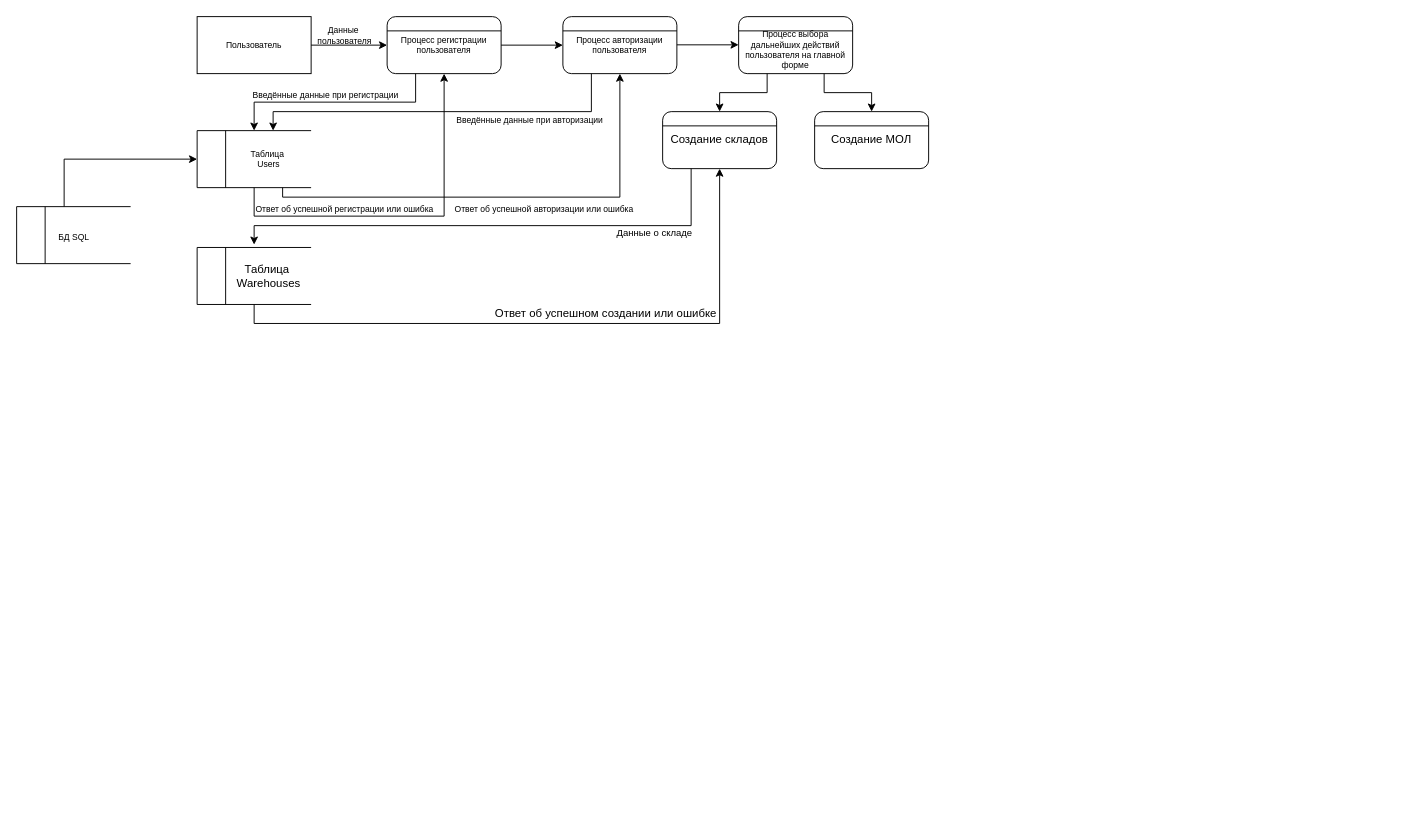
dallas-ak/MiSPIS keeps this draw.io diagram as DFD.drawio. Above is the earlier version. Source tidied: cells renumbered, new cells numbered last; positions are measured from the earlier drawing's top-left corner, leaving out a move shared by most shapes. Both pictures are drawn from the tidied source at 95%, with x=0, y=0 at pixel (16, 16).
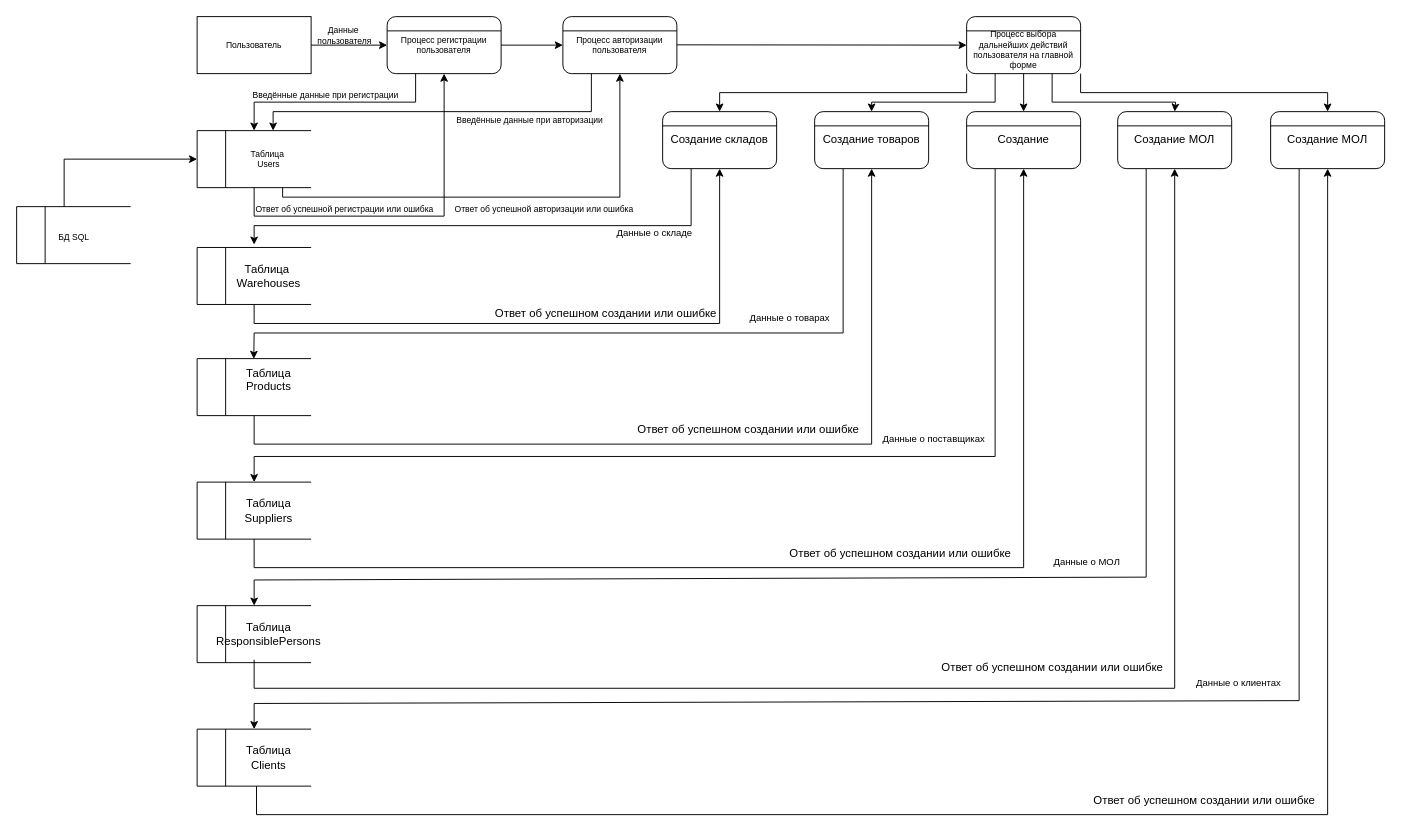
Above is the later version.

Unchanged cells that the change refers to:
```xml
<mxCell id="36" value="Создание складов" style="rounded=1;whiteSpace=wrap;html=1;" parent="1" vertex="1">
  <mxGeometry x="680" y="100" width="120" height="60" as="geometry" />
</mxCell>
```

The edit, as a diff of the source:
```diff
@@
     <mxCell id="7" value="&lt;div&gt;&lt;br&gt;&lt;/div&gt;&lt;div&gt;&lt;span style=&quot;background-color: initial;&quot;&gt;Процесс выбора дальнейших действий пользователя на главной форме&lt;/span&gt;&lt;br&gt;&lt;/div&gt;" style="rounded=1;whiteSpace=wrap;html=1;fontSize=9;" parent="1" vertex="1">
-      <mxGeometry x="760" width="120" height="60" as="geometry" />
+      <mxGeometry x="1000" width="120" height="60" as="geometry" />
     </mxCell>
@@
-    <mxCell id="35" style="endArrow=classic;html=1;rounded=0;exitX=1;exitY=0.5;exitDx=0;exitDy=0;entryX=0;entryY=0.5;entryDx=0;entryDy=0;fontSize=9;" parent="1" edge="1">
+    <mxCell id="35" style="endArrow=classic;html=1;rounded=0;exitX=1;exitY=0.5;exitDx=0;exitDy=0;entryX=0;entryY=0.5;entryDx=0;entryDy=0;fontSize=9;" parent="1" edge="1" target="7">
       <mxGeometry relative="1" as="geometry">
         <mxPoint x="695" y="29.7" as="sourcePoint" />
-        <mxPoint x="760" y="29.7" as="targetPoint" />
       </mxGeometry>
     </mxCell>
@@
-    <mxCell id="38" value="Создание МОЛ" style="rounded=1;whiteSpace=wrap;html=1;" parent="1" vertex="1">
+    <mxCell id="38" value="Создание товаров" style="rounded=1;whiteSpace=wrap;html=1;" parent="1" vertex="1">
       <mxGeometry x="840" y="100" width="120" height="60" as="geometry" />
     </mxCell>
@@
-    <mxCell id="40" style="endArrow=classic;html=1;rounded=0;exitX=0.25;exitY=1;exitDx=0;exitDy=0;entryX=0.5;entryY=0;entryDx=0;entryDy=0;" parent="1" edge="1" source="7" target="36">
-      <mxGeometry relative="1" as="geometry">
-        <Array as="points">
-          <mxPoint x="790" y="80" />
-          <mxPoint x="740" y="80" />
-        </Array>
-      </mxGeometry>
-    </mxCell>
-    <mxCell id="41" style="endArrow=classic;html=1;rounded=0;entryX=0.5;entryY=0;entryDx=0;entryDy=0;exitX=0.75;exitY=1;exitDx=0;exitDy=0;" parent="1" edge="1" source="7" target="38">
-      <mxGeometry relative="1" as="geometry">
-        <Array as="points">
-          <mxPoint x="850" y="80" />
-          <mxPoint x="900" y="80" />
-        </Array>
-      </mxGeometry>
-    </mxCell>
@@
+    <mxCell id="53" style="group;" parent="1" vertex="1">
+      <mxGeometry x="190" y="360" width="165" height="60" as="geometry" />
+    </mxCell>
+    <mxCell id="54" style="group;flipV=0;flipH=1;" parent="53" vertex="1">
+      <mxGeometry width="165" height="60" as="geometry" />
+    </mxCell>
+    <mxCell id="55" style="endArrow=none;html=1;rounded=0;" parent="54" edge="1">
+      <mxGeometry relative="1" as="geometry">
+        <mxPoint x="120" as="sourcePoint" />
+        <mxPoint as="targetPoint" />
+      </mxGeometry>
+    </mxCell>
+    <mxCell id="56" style="endArrow=none;html=1;rounded=0;" parent="54" edge="1">
+      <mxGeometry relative="1" as="geometry">
+        <mxPoint y="60" as="sourcePoint" />
+        <mxPoint as="targetPoint" />
+      </mxGeometry>
+    </mxCell>
+    <mxCell id="57" style="endArrow=none;html=1;rounded=0;" parent="54" edge="1">
+      <mxGeometry relative="1" as="geometry">
+        <mxPoint x="120" y="60" as="sourcePoint" />
+        <mxPoint y="60" as="targetPoint" />
+      </mxGeometry>
+    </mxCell>
+    <mxCell id="58" value="Таблица&lt;div&gt;Products&lt;/div&gt;&lt;div&gt;&lt;div&gt;&lt;br&gt;&lt;/div&gt;&lt;/div&gt;" style="text;html=1;align=center;verticalAlign=middle;points=[];strokeColor=none;fillColor=none;" parent="54" vertex="1">
+      <mxGeometry x="40" width="70" height="60" as="geometry" />
+    </mxCell>
+    <mxCell id="59" style="endArrow=none;html=1;rounded=0;" parent="53" edge="1">
+      <mxGeometry relative="1" as="geometry">
+        <mxPoint x="30" y="60" as="sourcePoint" />
+        <mxPoint x="30" as="targetPoint" />
+      </mxGeometry>
+    </mxCell>
+    <mxCell id="60" style="endArrow=classic;html=1;rounded=0;exitX=0.25;exitY=1;exitDx=0;exitDy=0;entryX=0.281;entryY=0.005;entryDx=0;entryDy=0;entryPerimeter=0;" parent="1" edge="1" source="38" target="58">
+      <mxGeometry relative="1" as="geometry">
+        <Array as="points">
+          <mxPoint x="870" y="333" />
+          <mxPoint x="250" y="333" />
+        </Array>
+      </mxGeometry>
+    </mxCell>
+    <mxCell id="61" style="endArrow=classic;html=1;rounded=0;entryX=0.5;entryY=1;entryDx=0;entryDy=0;" parent="1" edge="1" target="38">
+      <mxGeometry relative="1" as="geometry">
+        <mxPoint x="250" y="420" as="sourcePoint" />
+        <Array as="points">
+          <mxPoint x="250" y="450" />
+          <mxPoint x="900" y="450" />
+        </Array>
+      </mxGeometry>
+    </mxCell>
+    <mxCell id="62" value="&lt;div style=&quot;text-align: center;&quot;&gt;&lt;span style=&quot;background-color: initial; text-wrap: nowrap;&quot;&gt;&lt;font size=&quot;1&quot;&gt;Данные о товарах&lt;/font&gt;&lt;/span&gt;&lt;/div&gt;" style="text;whiteSpace=wrap;html=1;" parent="1" vertex="1">
+      <mxGeometry x="770" y="303" width="80" height="20" as="geometry" />
+    </mxCell>
+    <mxCell id="63" value="Ответ об успешном создании или ошибке" style="text;html=1;align=center;verticalAlign=middle;strokeColor=none;fillColor=none;" parent="1" vertex="1">
+      <mxGeometry x="640" y="420" width="260" height="30" as="geometry" />
+    </mxCell>
+    <mxCell id="64" value="Создание" style="rounded=1;whiteSpace=wrap;html=1;" parent="1" vertex="1">
+      <mxGeometry x="1000" y="100" width="120" height="60" as="geometry" />
+    </mxCell>
+    <mxCell id="65" style="endArrow=none;html=1;rounded=0;exitX=0;exitY=0.25;exitDx=0;exitDy=0;entryX=1;entryY=0.25;entryDx=0;entryDy=0;" parent="1" edge="1" source="64" target="64">
+      <mxGeometry relative="1" as="geometry" />
+    </mxCell>
+    <mxCell id="66" value="Создание МОЛ" style="rounded=1;whiteSpace=wrap;html=1;" parent="1" vertex="1">
+      <mxGeometry x="1159" y="100" width="120" height="60" as="geometry" />
+    </mxCell>
+    <mxCell id="67" style="endArrow=none;html=1;rounded=0;exitX=0;exitY=0.25;exitDx=0;exitDy=0;entryX=1;entryY=0.25;entryDx=0;entryDy=0;" parent="1" edge="1" source="66" target="66">
+      <mxGeometry relative="1" as="geometry" />
+    </mxCell>
+    <mxCell id="68" value="Создание МОЛ" style="rounded=1;whiteSpace=wrap;html=1;" parent="1" vertex="1">
+      <mxGeometry x="1320" y="100" width="120" height="60" as="geometry" />
+    </mxCell>
+    <mxCell id="69" style="endArrow=none;html=1;rounded=0;exitX=0;exitY=0.25;exitDx=0;exitDy=0;entryX=1;entryY=0.25;entryDx=0;entryDy=0;" parent="1" edge="1" source="68" target="68">
+      <mxGeometry relative="1" as="geometry" />
+    </mxCell>
+    <mxCell id="40" style="endArrow=classic;html=1;rounded=0;entryX=0.5;entryY=0;entryDx=0;entryDy=0;exitX=0;exitY=1;exitDx=0;exitDy=0;" parent="1" edge="1" source="7" target="36">
+      <mxGeometry relative="1" as="geometry">
+        <Array as="points">
+          <mxPoint x="1000" y="80" />
+          <mxPoint x="740" y="80" />
+        </Array>
+      </mxGeometry>
+    </mxCell>
+    <mxCell id="41" style="endArrow=classic;html=1;rounded=0;entryX=0.5;entryY=0;entryDx=0;entryDy=0;exitX=0.25;exitY=1;exitDx=0;exitDy=0;" parent="1" edge="1" source="7" target="38">
+      <mxGeometry relative="1" as="geometry">
+        <Array as="points">
+          <mxPoint x="1030" y="90" />
+          <mxPoint x="900" y="90" />
+        </Array>
+      </mxGeometry>
+    </mxCell>
+    <mxCell id="70" style="endArrow=classic;html=1;rounded=0;exitX=0.5;exitY=1;exitDx=0;exitDy=0;entryX=0.5;entryY=0;entryDx=0;entryDy=0;" parent="1" edge="1" source="7" target="64">
+      <mxGeometry relative="1" as="geometry" />
+    </mxCell>
+    <mxCell id="71" style="endArrow=classic;html=1;rounded=0;entryX=0.5;entryY=0;entryDx=0;entryDy=0;exitX=0.75;exitY=1;exitDx=0;exitDy=0;" parent="1" edge="1" source="7" target="66">
+      <mxGeometry relative="1" as="geometry">
+        <Array as="points">
+          <mxPoint x="1090" y="90" />
+          <mxPoint x="1220" y="90" />
+        </Array>
+      </mxGeometry>
+    </mxCell>
+    <mxCell id="72" style="endArrow=classic;html=1;rounded=0;entryX=0.5;entryY=0;entryDx=0;entryDy=0;exitX=1;exitY=1;exitDx=0;exitDy=0;" parent="1" edge="1" source="7" target="68">
+      <mxGeometry relative="1" as="geometry">
+        <Array as="points">
+          <mxPoint x="1120" y="80" />
+          <mxPoint x="1380" y="80" />
+        </Array>
+      </mxGeometry>
+    </mxCell>
+    <mxCell id="73" style="group;" parent="1" vertex="1">
+      <mxGeometry x="190" y="490" width="165" height="60" as="geometry" />
+    </mxCell>
+    <mxCell id="74" style="group;flipV=0;flipH=1;" parent="73" vertex="1">
+      <mxGeometry width="165" height="60" as="geometry" />
+    </mxCell>
+    <mxCell id="75" style="endArrow=none;html=1;rounded=0;" parent="74" edge="1">
+      <mxGeometry relative="1" as="geometry">
+        <mxPoint x="120" as="sourcePoint" />
+        <mxPoint as="targetPoint" />
+      </mxGeometry>
+    </mxCell>
+    <mxCell id="76" style="endArrow=none;html=1;rounded=0;" parent="74" edge="1">
+      <mxGeometry relative="1" as="geometry">
+        <mxPoint y="60" as="sourcePoint" />
+        <mxPoint as="targetPoint" />
+      </mxGeometry>
+    </mxCell>
+    <mxCell id="77" style="endArrow=none;html=1;rounded=0;" parent="74" edge="1">
+      <mxGeometry relative="1" as="geometry">
+        <mxPoint x="120" y="60" as="sourcePoint" />
+        <mxPoint y="60" as="targetPoint" />
+      </mxGeometry>
+    </mxCell>
+    <mxCell id="78" value="Таблица&lt;div&gt;&lt;span style=&quot;background-color: initial;&quot;&gt;Suppliers&lt;/span&gt;&lt;/div&gt;" style="text;html=1;align=center;verticalAlign=middle;strokeColor=none;fillColor=none;" parent="74" vertex="1">
+      <mxGeometry x="40" y="10" width="70" height="40" as="geometry" />
+    </mxCell>
+    <mxCell id="79" style="endArrow=none;html=1;rounded=0;" parent="73" edge="1">
+      <mxGeometry relative="1" as="geometry">
+        <mxPoint x="30" y="60" as="sourcePoint" />
+        <mxPoint x="30" as="targetPoint" />
+      </mxGeometry>
+    </mxCell>
+    <mxCell id="80" style="endArrow=classic;html=1;rounded=0;entryX=0.5;entryY=1;entryDx=0;entryDy=0;" parent="1" edge="1" target="64">
+      <mxGeometry relative="1" as="geometry">
+        <mxPoint x="250" y="550" as="sourcePoint" />
+        <Array as="points">
+          <mxPoint x="250" y="580" />
+          <mxPoint x="1060" y="580" />
+        </Array>
+      </mxGeometry>
+    </mxCell>
+    <mxCell id="81" style="group;" parent="1" vertex="1">
+      <mxGeometry x="190" y="620" width="165" height="60" as="geometry" />
+    </mxCell>
+    <mxCell id="82" style="group;flipV=0;flipH=1;" parent="81" vertex="1">
+      <mxGeometry width="165" height="60" as="geometry" />
+    </mxCell>
+    <mxCell id="83" style="endArrow=none;html=1;rounded=0;" parent="82" edge="1">
+      <mxGeometry relative="1" as="geometry">
+        <mxPoint x="120" as="sourcePoint" />
+        <mxPoint as="targetPoint" />
+      </mxGeometry>
+    </mxCell>
+    <mxCell id="84" style="endArrow=none;html=1;rounded=0;" parent="82" edge="1">
+      <mxGeometry relative="1" as="geometry">
+        <mxPoint y="60" as="sourcePoint" />
+        <mxPoint as="targetPoint" />
+      </mxGeometry>
+    </mxCell>
+    <mxCell id="85" style="endArrow=none;html=1;rounded=0;" parent="82" edge="1">
+      <mxGeometry relative="1" as="geometry">
+        <mxPoint x="120" y="60" as="sourcePoint" />
+        <mxPoint y="60" as="targetPoint" />
+      </mxGeometry>
+    </mxCell>
+    <mxCell id="86" value="Таблица&lt;div&gt;&lt;span style=&quot;background-color: initial;&quot;&gt;ResponsiblePersons&lt;/span&gt;&lt;/div&gt;" style="text;html=1;align=center;verticalAlign=middle;strokeColor=none;fillColor=none;" parent="82" vertex="1">
+      <mxGeometry x="10" y="10" width="130" height="40" as="geometry" />
+    </mxCell>
+    <mxCell id="87" style="endArrow=none;html=1;rounded=0;" parent="81" edge="1">
+      <mxGeometry relative="1" as="geometry">
+        <mxPoint x="30" y="60" as="sourcePoint" />
+        <mxPoint x="30" as="targetPoint" />
+      </mxGeometry>
+    </mxCell>
+    <mxCell id="88" style="endArrow=classic;html=1;rounded=0;exitX=0.25;exitY=1;exitDx=0;exitDy=0;entryX=0.281;entryY=0.005;entryDx=0;entryDy=0;entryPerimeter=0;" parent="1" edge="1" source="64">
+      <mxGeometry relative="1" as="geometry">
+        <mxPoint x="250" y="490" as="targetPoint" />
+        <Array as="points">
+          <mxPoint x="1030" y="463" />
+          <mxPoint x="250" y="463" />
+        </Array>
+      </mxGeometry>
+    </mxCell>
+    <mxCell id="89" style="endArrow=classic;html=1;rounded=0;exitX=0.25;exitY=1;exitDx=0;exitDy=0;entryX=0.281;entryY=0.005;entryDx=0;entryDy=0;entryPerimeter=0;" parent="1" edge="1" source="66">
+      <mxGeometry relative="1" as="geometry">
+        <mxPoint x="250" y="620" as="targetPoint" />
+        <Array as="points">
+          <mxPoint x="1189" y="590" />
+          <mxPoint x="250" y="593" />
+        </Array>
+      </mxGeometry>
+    </mxCell>
+    <mxCell id="90" style="endArrow=classic;html=1;rounded=0;entryX=0.5;entryY=1;entryDx=0;entryDy=0;" parent="1" edge="1" target="66">
+      <mxGeometry relative="1" as="geometry">
+        <mxPoint x="250" y="677" as="sourcePoint" />
+        <Array as="points">
+          <mxPoint x="250" y="707" />
+          <mxPoint x="1219" y="707" />
+        </Array>
+      </mxGeometry>
+    </mxCell>
+    <mxCell id="91" style="endArrow=classic;html=1;rounded=0;exitX=0.25;exitY=1;exitDx=0;exitDy=0;entryX=0.281;entryY=0.005;entryDx=0;entryDy=0;entryPerimeter=0;" parent="1" edge="1" source="68">
+      <mxGeometry relative="1" as="geometry">
+        <mxPoint x="250" y="750" as="targetPoint" />
+        <Array as="points">
+          <mxPoint x="1350" y="720" />
+          <mxPoint x="250" y="723" />
+        </Array>
+      </mxGeometry>
+    </mxCell>
+    <mxCell id="92" style="group;" parent="1" vertex="1">
+      <mxGeometry x="190" y="750" width="165" height="60" as="geometry" />
+    </mxCell>
+    <mxCell id="93" style="group;flipV=0;flipH=1;" parent="92" vertex="1">
+      <mxGeometry width="165" height="60" as="geometry" />
+    </mxCell>
+    <mxCell id="94" style="endArrow=none;html=1;rounded=0;" parent="93" edge="1">
+      <mxGeometry relative="1" as="geometry">
+        <mxPoint x="120" as="sourcePoint" />
+        <mxPoint as="targetPoint" />
+      </mxGeometry>
+    </mxCell>
+    <mxCell id="95" style="endArrow=none;html=1;rounded=0;" parent="93" edge="1">
+      <mxGeometry relative="1" as="geometry">
+        <mxPoint y="60" as="sourcePoint" />
+        <mxPoint as="targetPoint" />
+      </mxGeometry>
+    </mxCell>
+    <mxCell id="96" style="endArrow=none;html=1;rounded=0;" parent="93" edge="1">
+      <mxGeometry relative="1" as="geometry">
+        <mxPoint x="120" y="60" as="sourcePoint" />
+        <mxPoint y="60" as="targetPoint" />
+      </mxGeometry>
+    </mxCell>
+    <mxCell id="97" value="Таблица&lt;div&gt;C&lt;span style=&quot;background-color: initial;&quot;&gt;lients&lt;/span&gt;&lt;/div&gt;" style="text;html=1;align=center;verticalAlign=middle;strokeColor=none;fillColor=none;" parent="93" vertex="1">
+      <mxGeometry x="40" y="10" width="70" height="40" as="geometry" />
+    </mxCell>
+    <mxCell id="98" style="endArrow=none;html=1;rounded=0;" parent="92" edge="1">
+      <mxGeometry relative="1" as="geometry">
+        <mxPoint x="30" y="60" as="sourcePoint" />
+        <mxPoint x="30" as="targetPoint" />
+      </mxGeometry>
+    </mxCell>
+    <mxCell id="99" style="endArrow=classic;html=1;rounded=0;entryX=0.5;entryY=1;entryDx=0;entryDy=0;" parent="1" edge="1" target="68">
+      <mxGeometry relative="1" as="geometry">
+        <mxPoint x="252.5" y="810" as="sourcePoint" />
+        <Array as="points">
+          <mxPoint x="252.5" y="840" />
+          <mxPoint x="1380" y="840" />
+        </Array>
+      </mxGeometry>
+    </mxCell>
+    <mxCell id="100" value="Ответ об успешном создании или ошибке" style="text;html=1;align=center;verticalAlign=middle;strokeColor=none;fillColor=none;" parent="1" vertex="1">
+      <mxGeometry x="800" y="550" width="260" height="30" as="geometry" />
+    </mxCell>
+    <mxCell id="101" value="Ответ об успешном создании или ошибке" style="text;html=1;align=center;verticalAlign=middle;strokeColor=none;fillColor=none;" parent="1" vertex="1">
+      <mxGeometry x="960" y="670" width="260" height="30" as="geometry" />
+    </mxCell>
+    <mxCell id="102" value="Ответ об успешном создании или ошибке" style="text;html=1;align=center;verticalAlign=middle;strokeColor=none;fillColor=none;" parent="1" vertex="1">
+      <mxGeometry x="1120" y="810" width="260" height="30" as="geometry" />
+    </mxCell>
+    <mxCell id="103" value="&lt;div style=&quot;text-align: center;&quot;&gt;&lt;span style=&quot;background-color: initial; text-wrap: nowrap;&quot;&gt;&lt;font size=&quot;1&quot;&gt;Данные о поставщиках&lt;/font&gt;&lt;/span&gt;&lt;/div&gt;" style="text;whiteSpace=wrap;html=1;" parent="1" vertex="1">
+      <mxGeometry x="910" y="430" width="80" height="20" as="geometry" />
+    </mxCell>
+    <mxCell id="104" value="&lt;div style=&quot;text-align: center;&quot;&gt;&lt;span style=&quot;background-color: initial; text-wrap: nowrap;&quot;&gt;&lt;font size=&quot;1&quot;&gt;Данные о МОЛ&lt;/font&gt;&lt;/span&gt;&lt;/div&gt;" style="text;whiteSpace=wrap;html=1;" parent="1" vertex="1">
+      <mxGeometry x="1090" y="560" width="80" height="20" as="geometry" />
+    </mxCell>
+    <mxCell id="105" value="&lt;div style=&quot;text-align: center;&quot;&gt;&lt;span style=&quot;background-color: initial; text-wrap: nowrap;&quot;&gt;&lt;font size=&quot;1&quot;&gt;Данные о клиентах&lt;/font&gt;&lt;/span&gt;&lt;/div&gt;" style="text;whiteSpace=wrap;html=1;" parent="1" vertex="1">
+      <mxGeometry x="1240" y="687" width="80" height="20" as="geometry" />
+    </mxCell>
```
